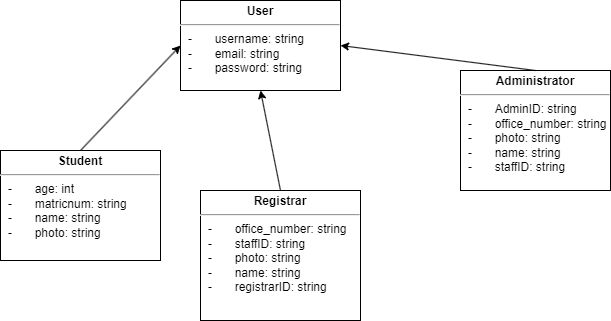
Above: project/drawio/Alpha/classDomainModel.drawio.png in drshahizan/software-engineering (draw.io), before the change. Source tidied: cells renumbered, new cells last; positions are measured from the earlier drawing's top-left corner, leaving out a move shared by most shapes.
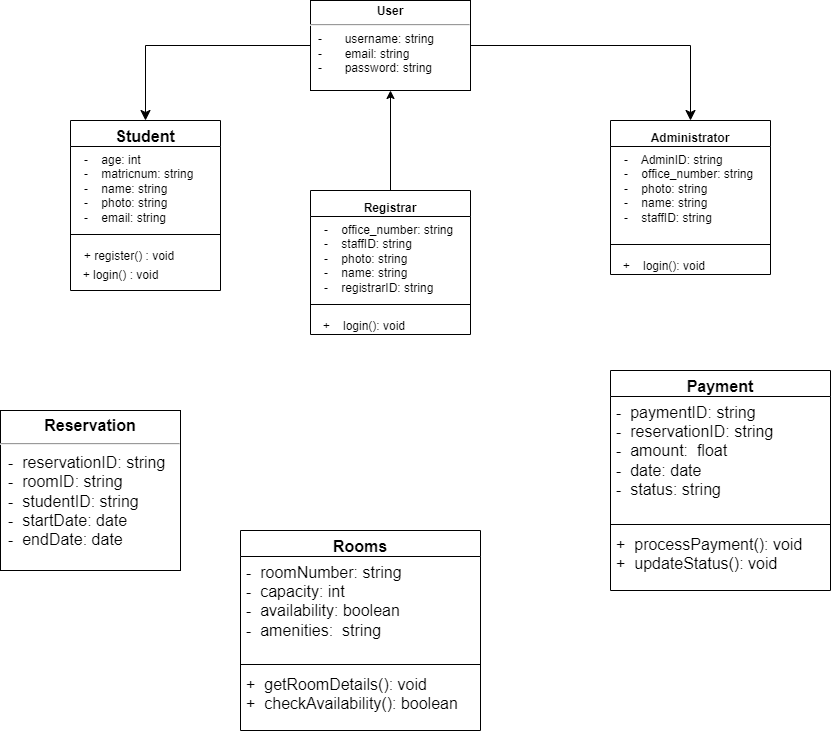
The same diagram one commit later.

Change to the diagram source:
```diff
@@ -2,26 +2,80 @@
   <root>
     <mxCell id="0" />
     <mxCell id="1" parent="0" />
-    <mxCell id="2" value="&lt;p style=&quot;margin: 4px 0px 0px; text-align: center;&quot;&gt;&lt;b style=&quot;&quot;&gt;Student&lt;/b&gt;&lt;/p&gt;&lt;hr&gt;&lt;p style=&quot;margin:0px;margin-left:8px;&quot;&gt;-&lt;span style=&quot;white-space: pre;&quot;&gt;&#9;&lt;/span&gt;age: int&lt;/p&gt;&lt;p style=&quot;margin:0px;margin-left:8px;&quot;&gt;-&lt;span style=&quot;white-space: pre;&quot;&gt;&#9;&lt;/span&gt;matricnum: string&lt;/p&gt;&lt;p style=&quot;margin:0px;margin-left:8px;&quot;&gt;-&lt;span style=&quot;white-space: pre;&quot;&gt;&#9;&lt;/span&gt;name: string&lt;/p&gt;&lt;p style=&quot;margin:0px;margin-left:8px;&quot;&gt;-&lt;span style=&quot;white-space: pre;&quot;&gt;&#9;&lt;/span&gt;photo: string&lt;/p&gt;&lt;p style=&quot;margin:0px;margin-left:8px;&quot;&gt;&lt;br&gt;&lt;/p&gt;" style="verticalAlign=top;align=left;overflow=fill;fontSize=12;fontFamily=Helvetica;html=1;whiteSpace=wrap;" parent="1" vertex="1">
-      <mxGeometry y="150" width="160" height="110" as="geometry" />
-    </mxCell>
-    <mxCell id="3" style="rounded=0;jettySize=auto;html=1;entryX=0;entryY=0.5;entryDx=0;entryDy=0;exitX=0.5;exitY=0;exitDx=0;exitDy=0;" parent="1" edge="1" source="2" target="4">
-      <mxGeometry relative="1" as="geometry" />
-    </mxCell>
+    <mxCell id="9" style="edgeStyle=orthogonalEdgeStyle;rounded=0;jettySize=auto;html=1;exitX=0;exitY=0.5;exitDx=0;exitDy=0;entryX=0.5;entryY=0;entryDx=0;entryDy=0;fontSize=12;startSize=8;endSize=8;" parent="1" edge="1" source="4" target="11">
+      <mxGeometry relative="1" as="geometry" />
+    </mxCell>
+    <mxCell id="10" style="edgeStyle=orthogonalEdgeStyle;rounded=0;jettySize=auto;html=1;exitX=1;exitY=0.5;exitDx=0;exitDy=0;entryX=0.5;entryY=0;entryDx=0;entryDy=0;fontSize=12;startSize=8;endSize=8;" parent="1" edge="1" source="4" target="19">
+      <mxGeometry relative="1" as="geometry" />
+    </mxCell>
     <mxCell id="4" value="&lt;p style=&quot;margin: 4px 0px 0px; text-align: center;&quot;&gt;&lt;b style=&quot;&quot;&gt;User&lt;/b&gt;&lt;/p&gt;&lt;hr&gt;&lt;p style=&quot;margin:0px;margin-left:8px;&quot;&gt;-&lt;span style=&quot;white-space: pre;&quot;&gt;&#9;&lt;/span&gt;username: string&lt;/p&gt;&lt;p style=&quot;margin:0px;margin-left:8px;&quot;&gt;-&lt;span style=&quot;white-space: pre;&quot;&gt;&#9;&lt;/span&gt;email: string&lt;br&gt;-&lt;span style=&quot;white-space: pre;&quot;&gt;&#9;&lt;/span&gt;password: string&lt;/p&gt;&lt;p style=&quot;margin:0px;margin-left:8px;&quot;&gt;&lt;span style=&quot;white-space: pre;&quot;&gt;&#9;&lt;/span&gt;&lt;/p&gt;" style="verticalAlign=top;align=left;overflow=fill;fontSize=12;fontFamily=Helvetica;html=1;whiteSpace=wrap;" parent="1" vertex="1">
       <mxGeometry x="180" width="160" height="90" as="geometry" />
     </mxCell>
-    <mxCell id="5" value="&lt;p style=&quot;margin: 4px 0px 0px; text-align: center;&quot;&gt;&lt;b&gt;Administrator&lt;/b&gt;&lt;/p&gt;&lt;hr&gt;&lt;p style=&quot;margin:0px;margin-left:8px;&quot;&gt;&lt;span style=&quot;background-color: initial;&quot;&gt;-&lt;span style=&quot;white-space: pre;&quot;&gt;&#9;&lt;/span&gt;&lt;/span&gt;&lt;span style=&quot;background-color: initial; border-color: var(--border-color);&quot;&gt;&lt;span style=&quot;&quot;&gt;AdminID&lt;/span&gt;&lt;/span&gt;&lt;span style=&quot;background-color: initial;&quot;&gt;: string&lt;/span&gt;&lt;br&gt;-&lt;span style=&quot;white-space: pre;&quot;&gt;&#9;&lt;/span&gt;&lt;span style=&quot;background-color: initial;&quot;&gt;office_number: string&lt;/span&gt;&lt;/p&gt;&lt;p style=&quot;margin:0px;margin-left:8px;&quot;&gt;-&lt;span style=&quot;white-space: pre;&quot;&gt;&#9;&lt;/span&gt;photo: string&lt;/p&gt;&lt;p style=&quot;margin:0px;margin-left:8px;&quot;&gt;-&lt;span style=&quot;white-space: pre;&quot;&gt;&#9;&lt;/span&gt;name: string&lt;/p&gt;&lt;p style=&quot;margin:0px;margin-left:8px;&quot;&gt;-&lt;span style=&quot;white-space: pre;&quot;&gt;&#9;&lt;/span&gt;staffID: string&lt;/p&gt;" style="verticalAlign=top;align=left;overflow=fill;fontSize=12;fontFamily=Helvetica;html=1;whiteSpace=wrap;" parent="1" vertex="1">
-      <mxGeometry x="460" y="70" width="150" height="120" as="geometry" />
-    </mxCell>
-    <mxCell id="6" value="&lt;p style=&quot;margin: 4px 0px 0px; text-align: center;&quot;&gt;&lt;b&gt;Registrar&lt;/b&gt;&lt;/p&gt;&lt;hr&gt;&lt;p style=&quot;margin:0px;margin-left:8px;&quot;&gt;-&lt;span style=&quot;white-space: pre;&quot;&gt;&#9;&lt;/span&gt;office_number: string&lt;/p&gt;&lt;p style=&quot;margin:0px;margin-left:8px;&quot;&gt;-&lt;span style=&quot;white-space: pre;&quot;&gt;&#9;&lt;/span&gt;staffID: string&lt;/p&gt;&lt;p style=&quot;margin:0px;margin-left:8px;&quot;&gt;-&lt;span style=&quot;white-space: pre;&quot;&gt;&#9;&lt;/span&gt;photo: string&lt;/p&gt;&lt;p style=&quot;margin:0px;margin-left:8px;&quot;&gt;-&lt;span style=&quot;white-space: pre;&quot;&gt;&#9;&lt;/span&gt;name: string&lt;/p&gt;&lt;p style=&quot;margin:0px;margin-left:8px;&quot;&gt;-&lt;span style=&quot;white-space: pre;&quot;&gt;&#9;&lt;/span&gt;registrarID: string&lt;span style=&quot;white-space: pre;&quot;&gt;&#9;&lt;/span&gt;&lt;/p&gt;" style="verticalAlign=top;align=left;overflow=fill;fontSize=12;fontFamily=Helvetica;html=1;whiteSpace=wrap;" parent="1" vertex="1">
-      <mxGeometry x="200" y="190" width="160" height="130" as="geometry" />
-    </mxCell>
-    <mxCell id="7" style="rounded=0;jettySize=auto;html=1;entryX=1;entryY=0.5;entryDx=0;entryDy=0;exitX=0.5;exitY=0;exitDx=0;exitDy=0;" parent="1" edge="1" source="5" target="4">
-      <mxGeometry relative="1" as="geometry" />
-    </mxCell>
-    <mxCell id="8" style="rounded=0;jettySize=auto;html=1;exitX=0.5;exitY=0;exitDx=0;exitDy=0;entryX=0.5;entryY=1;entryDx=0;entryDy=0;" parent="1" edge="1" source="6" target="4">
+    <mxCell id="8" style="rounded=0;jettySize=auto;html=1;exitX=0.5;exitY=0;exitDx=0;exitDy=0;entryX=0.5;entryY=1;entryDx=0;entryDy=0;" parent="1" edge="1" source="15" target="4">
       <mxGeometry relative="1" as="geometry" />
     </mxCell>
+    <mxCell id="11" value="Student" style="swimlane;fontStyle=1;align=center;verticalAlign=top;horizontal=1;startSize=26;whiteSpace=wrap;html=1;fontSize=16;" parent="1" vertex="1">
+      <mxGeometry x="-60" y="120" width="150" height="170" as="geometry" />
+    </mxCell>
+    <mxCell id="12" value="&lt;p style=&quot;border-color: var(--border-color); font-size: 12px; margin: 0px 0px 0px 8px;&quot;&gt;-&lt;span style=&quot;white-space: pre;&quot;&gt;&amp;nbsp;&amp;nbsp;&amp;nbsp;&amp;nbsp;&lt;/span&gt;age: int&lt;/p&gt;&lt;p style=&quot;border-color: var(--border-color); font-size: 12px; margin: 0px 0px 0px 8px;&quot;&gt;-&lt;span style=&quot;border-color: var(--border-color);&quot;&gt;&lt;span style=&quot;white-space: pre;&quot;&gt;&amp;nbsp;&amp;nbsp;&amp;nbsp;&amp;nbsp;&lt;/span&gt;&lt;/span&gt;matricnum: string&lt;/p&gt;&lt;p style=&quot;border-color: var(--border-color); font-size: 12px; margin: 0px 0px 0px 8px;&quot;&gt;-&lt;span style=&quot;border-color: var(--border-color);&quot;&gt;&lt;span style=&quot;white-space: pre;&quot;&gt;&amp;nbsp;&amp;nbsp;&amp;nbsp;&amp;nbsp;&lt;/span&gt;&lt;/span&gt;name: string&lt;/p&gt;&lt;p style=&quot;border-color: var(--border-color); font-size: 12px; margin: 0px 0px 0px 8px;&quot;&gt;-&lt;span style=&quot;border-color: var(--border-color);&quot;&gt;&lt;span style=&quot;white-space: pre;&quot;&gt;&amp;nbsp;&amp;nbsp;&amp;nbsp;&amp;nbsp;&lt;/span&gt;&lt;/span&gt;photo: string&lt;/p&gt;&lt;p style=&quot;border-color: var(--border-color); font-size: 12px; margin: 0px 0px 0px 8px;&quot;&gt;-&amp;nbsp; &amp;nbsp; email: string&lt;/p&gt;" style="text;strokeColor=none;fillColor=none;align=left;verticalAlign=top;spacingLeft=4;spacingRight=4;overflow=hidden;whiteSpace=wrap;html=1;fontSize=16;" parent="11" vertex="1">
+      <mxGeometry y="26" width="150" height="84" as="geometry" />
+    </mxCell>
+    <mxCell id="13" style="line;strokeWidth=1;fillColor=none;align=left;verticalAlign=middle;spacingTop=-1;spacingLeft=3;spacingRight=3;labelPosition=right;strokeColor=inherit;fontSize=16;" parent="11" vertex="1">
+      <mxGeometry y="110" width="150" height="8" as="geometry" />
+    </mxCell>
+    <mxCell id="14" value="&amp;nbsp;&lt;font style=&quot;font-size: 12px;&quot;&gt; + register() : void&lt;br&gt;&amp;nbsp; + login() : void&lt;/font&gt;" style="text;strokeColor=none;fillColor=none;align=left;verticalAlign=top;spacingLeft=4;spacingRight=4;overflow=hidden;whiteSpace=wrap;html=1;fontSize=16;" parent="11" vertex="1">
+      <mxGeometry y="118" width="150" height="52" as="geometry" />
+    </mxCell>
+    <mxCell id="15" value="&lt;font style=&quot;font-size: 12px;&quot;&gt;Registrar&lt;/font&gt;" style="swimlane;fontStyle=1;align=center;verticalAlign=top;horizontal=1;startSize=26;whiteSpace=wrap;html=1;fontSize=16;" parent="1" vertex="1">
+      <mxGeometry x="180" y="190" width="160" height="144" as="geometry" />
+    </mxCell>
+    <mxCell id="16" value="&lt;p style=&quot;border-color: var(--border-color); font-size: 12px; margin: 0px 0px 0px 8px;&quot;&gt;-&lt;span style=&quot;white-space: pre;&quot;&gt;&amp;nbsp;&amp;nbsp;&amp;nbsp;&amp;nbsp;&lt;/span&gt;office_number: string&lt;/p&gt;&lt;p style=&quot;border-color: var(--border-color); font-size: 12px; margin: 0px 0px 0px 8px;&quot;&gt;-&lt;span style=&quot;border-color: var(--border-color);&quot;&gt;&lt;span style=&quot;white-space: pre;&quot;&gt;&amp;nbsp;&amp;nbsp;&amp;nbsp;&amp;nbsp;&lt;/span&gt;&lt;/span&gt;staffID: string&lt;/p&gt;&lt;p style=&quot;border-color: var(--border-color); font-size: 12px; margin: 0px 0px 0px 8px;&quot;&gt;-&lt;span style=&quot;border-color: var(--border-color);&quot;&gt;&lt;span style=&quot;white-space: pre;&quot;&gt;&amp;nbsp;&amp;nbsp;&amp;nbsp;&amp;nbsp;&lt;/span&gt;&lt;/span&gt;photo: string&lt;/p&gt;&lt;p style=&quot;border-color: var(--border-color); font-size: 12px; margin: 0px 0px 0px 8px;&quot;&gt;-&lt;span style=&quot;border-color: var(--border-color);&quot;&gt;&lt;span style=&quot;white-space: pre;&quot;&gt;&amp;nbsp;&amp;nbsp;&amp;nbsp;&amp;nbsp;&lt;/span&gt;&lt;/span&gt;name: string&lt;/p&gt;&lt;p style=&quot;border-color: var(--border-color); font-size: 12px; margin: 0px 0px 0px 8px;&quot;&gt;-&lt;span style=&quot;border-color: var(--border-color);&quot;&gt;&lt;span style=&quot;white-space: pre;&quot;&gt;&amp;nbsp;&amp;nbsp;&amp;nbsp;&amp;nbsp;&lt;/span&gt;&lt;/span&gt;registrarID: string&lt;/p&gt;" style="text;strokeColor=none;fillColor=none;align=left;verticalAlign=top;spacingLeft=4;spacingRight=4;overflow=hidden;whiteSpace=wrap;html=1;fontSize=16;" parent="15" vertex="1">
+      <mxGeometry y="26" width="160" height="84" as="geometry" />
+    </mxCell>
+    <mxCell id="17" style="line;strokeWidth=1;fillColor=none;align=left;verticalAlign=middle;spacingTop=-1;spacingLeft=3;spacingRight=3;labelPosition=right;strokeColor=inherit;fontSize=16;" parent="15" vertex="1">
+      <mxGeometry y="110" width="160" height="8" as="geometry" />
+    </mxCell>
+    <mxCell id="18" value="&lt;span style=&quot;font-size: 12px;&quot;&gt;&amp;nbsp; +&amp;nbsp; &amp;nbsp; login(): void&lt;/span&gt;" style="text;strokeColor=none;fillColor=none;align=left;verticalAlign=top;spacingLeft=4;spacingRight=4;overflow=hidden;whiteSpace=wrap;html=1;fontSize=16;" parent="15" vertex="1">
+      <mxGeometry y="118" width="160" height="26" as="geometry" />
+    </mxCell>
+    <mxCell id="19" value="&lt;font style=&quot;font-size: 12px;&quot;&gt;Administrator&lt;/font&gt;" style="swimlane;fontStyle=1;align=center;verticalAlign=top;horizontal=1;startSize=26;whiteSpace=wrap;html=1;fontSize=16;" parent="1" vertex="1">
+      <mxGeometry x="480" y="120" width="160" height="154" as="geometry" />
+    </mxCell>
+    <mxCell id="20" value="&lt;p style=&quot;border-color: var(--border-color); font-size: 12px; margin: 0px 0px 0px 8px;&quot;&gt;-&amp;nbsp; &amp;nbsp;&amp;nbsp;&lt;span style=&quot;border-color: var(--border-color); background-color: initial;&quot;&gt;&lt;/span&gt;&lt;span style=&quot;border-color: var(--border-color); background-color: initial;&quot;&gt;AdminID&lt;/span&gt;&lt;span style=&quot;border-color: var(--border-color); background-color: initial;&quot;&gt;: string&lt;/span&gt;&lt;br style=&quot;border-color: var(--border-color);&quot;&gt;-&lt;span style=&quot;border-color: var(--border-color);&quot;&gt;&lt;span style=&quot;white-space: pre;&quot;&gt;&amp;nbsp;&amp;nbsp;&amp;nbsp;&amp;nbsp;&lt;/span&gt;&lt;/span&gt;&lt;span style=&quot;border-color: var(--border-color); background-color: initial;&quot;&gt;office_number: string&lt;/span&gt;&lt;/p&gt;&lt;p style=&quot;border-color: var(--border-color); font-size: 12px; margin: 0px 0px 0px 8px;&quot;&gt;-&lt;span style=&quot;border-color: var(--border-color);&quot;&gt;&lt;span style=&quot;white-space: pre;&quot;&gt;&amp;nbsp;&amp;nbsp;&amp;nbsp;&amp;nbsp;&lt;/span&gt;&lt;/span&gt;photo: string&lt;/p&gt;&lt;p style=&quot;border-color: var(--border-color); font-size: 12px; margin: 0px 0px 0px 8px;&quot;&gt;-&lt;span style=&quot;border-color: var(--border-color);&quot;&gt;&lt;span style=&quot;white-space: pre;&quot;&gt;&amp;nbsp;&amp;nbsp;&amp;nbsp;&amp;nbsp;&lt;/span&gt;&lt;/span&gt;name: string&lt;/p&gt;&lt;p style=&quot;border-color: var(--border-color); font-size: 12px; margin: 0px 0px 0px 8px;&quot;&gt;-&lt;span style=&quot;border-color: var(--border-color);&quot;&gt;&lt;span style=&quot;white-space: pre;&quot;&gt;&amp;nbsp;&amp;nbsp;&amp;nbsp;&amp;nbsp;&lt;/span&gt;&lt;/span&gt;staffID: string&lt;/p&gt;" style="text;strokeColor=none;fillColor=none;align=left;verticalAlign=top;spacingLeft=4;spacingRight=4;overflow=hidden;whiteSpace=wrap;html=1;fontSize=16;" parent="19" vertex="1">
+      <mxGeometry y="26" width="160" height="94" as="geometry" />
+    </mxCell>
+    <mxCell id="21" style="line;strokeWidth=1;fillColor=none;align=left;verticalAlign=middle;spacingTop=-1;spacingLeft=3;spacingRight=3;labelPosition=right;strokeColor=inherit;fontSize=16;" parent="19" vertex="1">
+      <mxGeometry y="120" width="160" height="8" as="geometry" />
+    </mxCell>
+    <mxCell id="22" value="&lt;font style=&quot;font-size: 12px;&quot;&gt;&amp;nbsp; +&amp;nbsp; &amp;nbsp; login(): void&lt;/font&gt;" style="text;strokeColor=none;fillColor=none;align=left;verticalAlign=top;spacingLeft=4;spacingRight=4;overflow=hidden;whiteSpace=wrap;html=1;fontSize=16;" parent="19" vertex="1">
+      <mxGeometry y="128" width="160" height="26" as="geometry" />
+    </mxCell>
+    <mxCell id="23" value="Rooms" style="swimlane;fontStyle=1;align=center;verticalAlign=top;horizontal=1;startSize=26;whiteSpace=wrap;html=1;fontSize=16;" parent="1" vertex="1">
+      <mxGeometry x="110" y="530" width="240" height="200" as="geometry" />
+    </mxCell>
+    <mxCell id="24" value="-&amp;nbsp; roomNumber: string&lt;br&gt;-&amp;nbsp; capacity: int&lt;br&gt;-&amp;nbsp; availability: boolean&lt;br&gt;-&amp;nbsp; amenities:&amp;nbsp; string" style="text;strokeColor=none;fillColor=none;align=left;verticalAlign=top;spacingLeft=4;spacingRight=4;overflow=hidden;whiteSpace=wrap;html=1;fontSize=16;" parent="23" vertex="1">
+      <mxGeometry y="26" width="240" height="104" as="geometry" />
+    </mxCell>
+    <mxCell id="25" style="line;strokeWidth=1;fillColor=none;align=left;verticalAlign=middle;spacingTop=-1;spacingLeft=3;spacingRight=3;labelPosition=right;strokeColor=inherit;fontSize=16;" parent="23" vertex="1">
+      <mxGeometry y="130" width="240" height="8" as="geometry" />
+    </mxCell>
+    <mxCell id="26" value="+&amp;nbsp; getRoomDetails(): void&lt;br&gt;+&amp;nbsp; checkAvailability(): boolean" style="text;strokeColor=none;fillColor=none;align=left;verticalAlign=top;spacingLeft=4;spacingRight=4;overflow=hidden;whiteSpace=wrap;html=1;fontSize=16;" parent="23" vertex="1">
+      <mxGeometry y="138" width="240" height="62" as="geometry" />
+    </mxCell>
+    <mxCell id="27" value="Payment" style="swimlane;fontStyle=1;align=center;verticalAlign=top;horizontal=1;startSize=26;whiteSpace=wrap;html=1;fontSize=16;" parent="1" vertex="1">
+      <mxGeometry x="480" y="370" width="220" height="220" as="geometry" />
+    </mxCell>
+    <mxCell id="28" value="-&amp;nbsp; paymentID: string&lt;br&gt;-&amp;nbsp; reservationID: string&lt;br&gt;-&amp;nbsp; amount:&amp;nbsp; float&lt;br&gt;-&amp;nbsp; date: date&lt;br&gt;-&amp;nbsp; status: string" style="text;strokeColor=none;fillColor=none;align=left;verticalAlign=top;spacingLeft=4;spacingRight=4;overflow=hidden;whiteSpace=wrap;html=1;fontSize=16;" parent="27" vertex="1">
+      <mxGeometry y="26" width="220" height="124" as="geometry" />
+    </mxCell>
+    <mxCell id="29" style="line;strokeWidth=1;fillColor=none;align=left;verticalAlign=middle;spacingTop=-1;spacingLeft=3;spacingRight=3;labelPosition=right;strokeColor=inherit;fontSize=16;" parent="27" vertex="1">
+      <mxGeometry y="150" width="220" height="8" as="geometry" />
+    </mxCell>
+    <mxCell id="30" value="+&amp;nbsp; processPayment(): void&lt;br&gt;+&amp;nbsp; updateStatus(): void&lt;br&gt;" style="text;strokeColor=none;fillColor=none;align=left;verticalAlign=top;spacingLeft=4;spacingRight=4;overflow=hidden;whiteSpace=wrap;html=1;fontSize=16;" parent="27" vertex="1">
+      <mxGeometry y="158" width="220" height="62" as="geometry" />
+    </mxCell>
+    <mxCell id="31" value="&lt;p style=&quot;margin:0px;margin-top:6px;text-align:center;&quot;&gt;&lt;b&gt;Reservation&lt;/b&gt;&lt;/p&gt;&lt;hr&gt;&lt;p style=&quot;margin:0px;margin-left:8px;&quot;&gt;-&amp;nbsp; reservationID: string&lt;/p&gt;&lt;p style=&quot;margin:0px;margin-left:8px;&quot;&gt;-&amp;nbsp; roomID: string&lt;/p&gt;&lt;p style=&quot;margin:0px;margin-left:8px;&quot;&gt;-&amp;nbsp; studentID: string&lt;/p&gt;&lt;p style=&quot;margin:0px;margin-left:8px;&quot;&gt;-&amp;nbsp; startDate: date&lt;/p&gt;&lt;p style=&quot;margin:0px;margin-left:8px;&quot;&gt;-&amp;nbsp; endDate: date&lt;/p&gt;" style="align=left;overflow=fill;html=1;whiteSpace=wrap;fontSize=16;" parent="1" vertex="1">
+      <mxGeometry x="-130" y="410" width="180" height="160" as="geometry" />
+    </mxCell>
   </root>
 </mxGraphModel>
```
